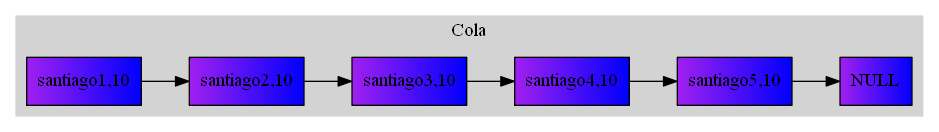
This is graficaCola.png from Tiago-130414/EDD_1S2019_P1_201313722, a Graphviz export, as it was before one commit. Its source is kept beside it as graficaCola.dot. Its diagram source:
```dot
digraph D{
rankdir=LR;
labelloc="t";
subgraph cluster_0{
style=filled;
color = lightgrey;
node[shape=rectangle];
Nodosantiago1[label="santiago1,10"style = filled, fillcolor = "purple:blue"];
Nodosantiago2[label="santiago2,10"style = filled, fillcolor = "purple:blue"];
Nodosantiago3[label="santiago3,10"style = filled, fillcolor = "purple:blue"];
Nodosantiago4[label="santiago4,10"style = filled, fillcolor = "purple:blue"];
Nodosantiago5[label="santiago5,10"style = filled, fillcolor = "purple:blue"];
NodoNULL[label="NULL"style = filled, fillcolor = "purple:blue"];
Nodosantiago1->Nodosantiago2;
Nodosantiago2->Nodosantiago3;
Nodosantiago3->Nodosantiago4;
Nodosantiago4->Nodosantiago5;
Nodosantiago5->NodoNULL;
label = "Cola";
}
}
```
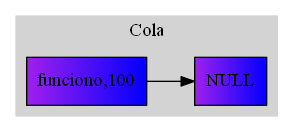
After the commit.

Commit message:
se arreglo el codigo de cola ya que se habian manejado nodo primero y ultimo al revez, y se cambio el nodo primero por ultimo en demas metodos tanto encolar, desencolar como mostrar y graficar

Change to the diagram source:
```diff
@@ -5,17 +5,9 @@
 style=filled;
 color = lightgrey;
 node[shape=rectangle];
-Nodosantiago1[label="santiago1,10"style = filled, fillcolor = "purple:blue"];
-Nodosantiago2[label="santiago2,10"style = filled, fillcolor = "purple:blue"];
-Nodosantiago3[label="santiago3,10"style = filled, fillcolor = "purple:blue"];
-Nodosantiago4[label="santiago4,10"style = filled, fillcolor = "purple:blue"];
-Nodosantiago5[label="santiago5,10"style = filled, fillcolor = "purple:blue"];
+Nodofunciono[label="funciono,100"style = filled, fillcolor = "purple:blue"];
 NodoNULL[label="NULL"style = filled, fillcolor = "purple:blue"];
-Nodosantiago1->Nodosantiago2;
-Nodosantiago2->Nodosantiago3;
-Nodosantiago3->Nodosantiago4;
-Nodosantiago4->Nodosantiago5;
-Nodosantiago5->NodoNULL;
+Nodofunciono->NodoNULL;
 label = "Cola";
 }
 }
```
